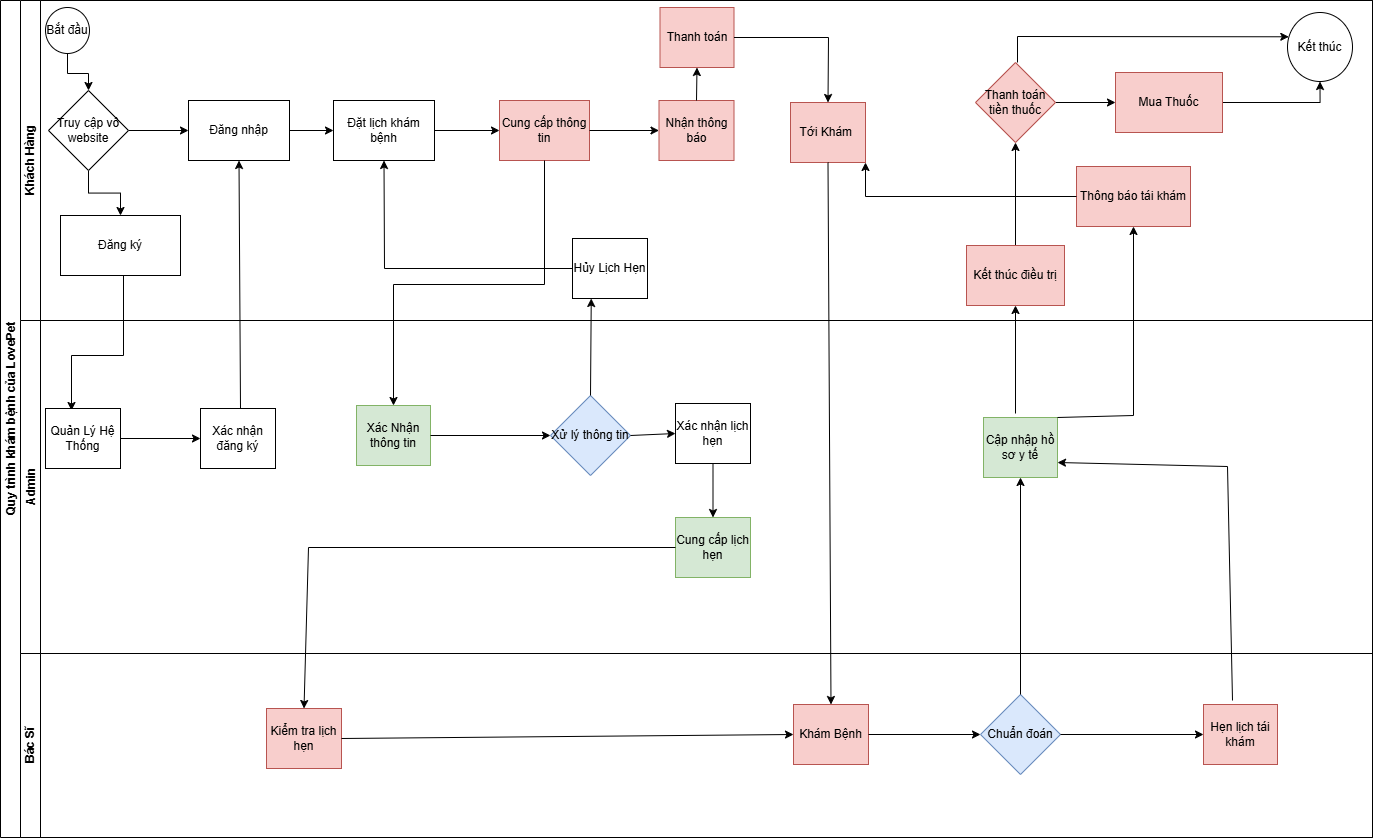
The draw.io diagram QuyTrinhKhamBenh.drawio.png in Junglou/-n, before a commit. Source tidied: cells renumbered, new cells last; positions are measured from the earlier drawing's top-left corner, leaving out a move shared by most shapes.
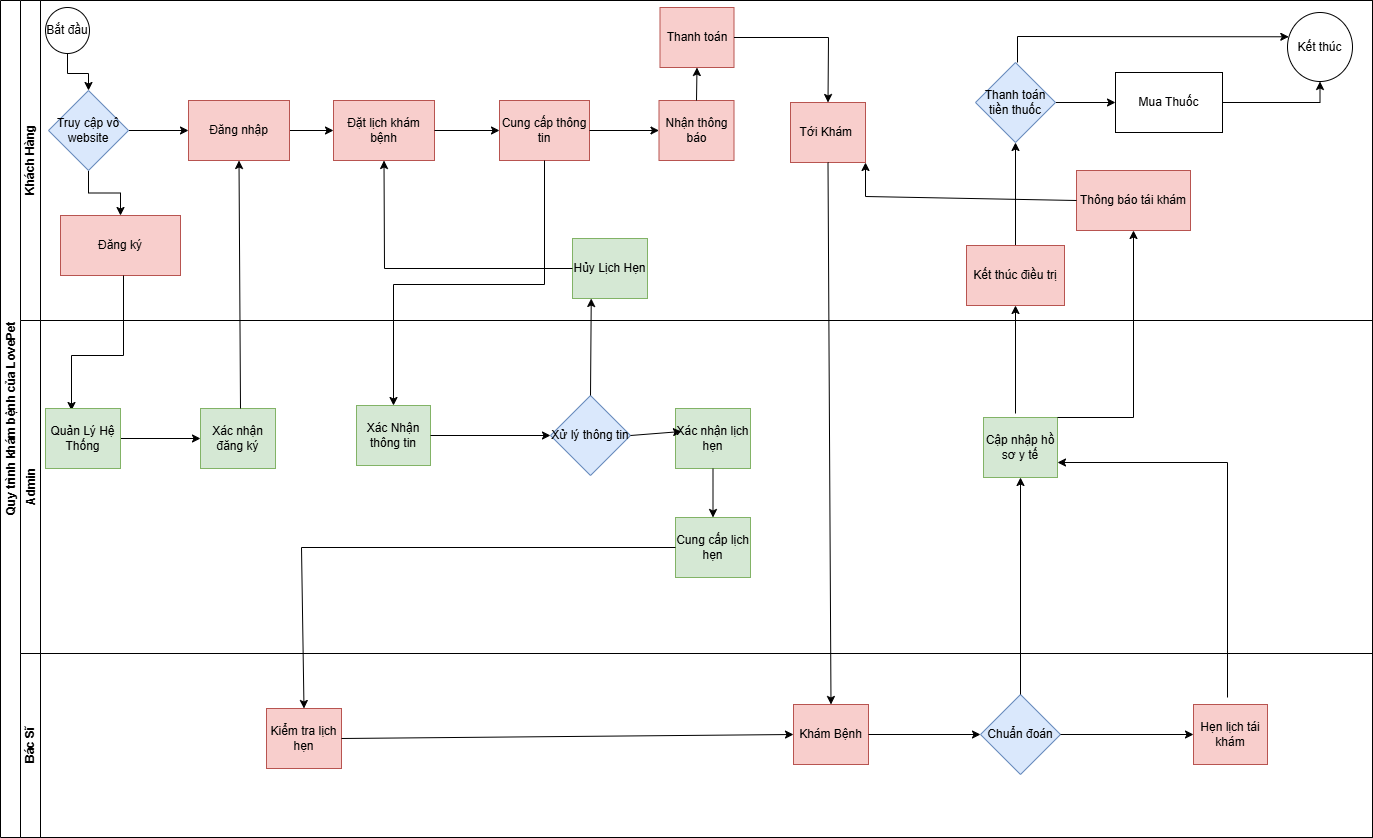
After the change.

Change to the diagram source:
```diff
@@ -35,16 +35,16 @@
     <mxCell id="12" style="edgeStyle=orthogonalEdgeStyle;rounded=0;jettySize=auto;html=1;" parent="3" edge="1" source="13" target="16">
       <mxGeometry relative="1" as="geometry" />
     </mxCell>
-    <mxCell id="13" value="Truy cập vô website" style="rhombus;whiteSpace=wrap;html=1;" parent="3" vertex="1">
+    <mxCell id="13" value="Truy cập vô website" style="rhombus;whiteSpace=wrap;html=1;fillColor=#dae8fc;strokeColor=#6c8ebf;" parent="3" vertex="1">
       <mxGeometry x="28" y="90" width="80" height="80" as="geometry" />
     </mxCell>
     <mxCell id="14" style="edgeStyle=orthogonalEdgeStyle;rounded=0;jettySize=auto;html=1;" parent="3" edge="1" source="15" target="18">
       <mxGeometry relative="1" as="geometry" />
     </mxCell>
-    <mxCell id="15" value="Đăng nhập" style="whiteSpace=wrap;html=1;" parent="3" vertex="1">
+    <mxCell id="15" value="Đăng nhập" style="whiteSpace=wrap;html=1;fillColor=#f8cecc;strokeColor=#b85450;" parent="3" vertex="1">
       <mxGeometry x="168" y="100" width="101" height="60" as="geometry" />
     </mxCell>
-    <mxCell id="16" value="Đăng ký" style="whiteSpace=wrap;html=1;" parent="3" vertex="1">
+    <mxCell id="16" value="Đăng ký" style="whiteSpace=wrap;html=1;fillColor=#f8cecc;strokeColor=#b85450;" parent="3" vertex="1">
       <mxGeometry x="40" y="215" width="120" height="60" as="geometry" />
     </mxCell>
     <mxCell id="17" style="endArrow=classic;html=1;rounded=0;" parent="3" edge="1">
@@ -57,7 +57,7 @@
         </Array>
       </mxGeometry>
     </mxCell>
-    <mxCell id="18" value="Đặt lịch khám bệnh" style="whiteSpace=wrap;html=1;" parent="3" vertex="1">
+    <mxCell id="18" value="Đặt lịch khám bệnh" style="whiteSpace=wrap;html=1;fillColor=#f8cecc;strokeColor=#b85450;" parent="3" vertex="1">
       <mxGeometry x="313" y="100" width="101" height="60" as="geometry" />
     </mxCell>
     <mxCell id="19" style="endArrow=classic;html=1;rounded=0;entryX=0;entryY=0.5;entryDx=0;entryDy=0;exitX=1;exitY=0.5;exitDx=0;exitDy=0;" parent="3" edge="1" source="18" target="6">
@@ -66,7 +66,7 @@
     <mxCell id="20" style="endArrow=classic;html=1;rounded=0;exitX=1;exitY=0.5;exitDx=0;exitDy=0;entryX=0;entryY=0.5;entryDx=0;entryDy=0;" parent="3" edge="1" source="6" target="8">
       <mxGeometry relative="1" as="geometry" />
     </mxCell>
-    <mxCell id="21" value="Hủy Lịch Hẹn" style="whiteSpace=wrap;html=1;" parent="3" vertex="1">
+    <mxCell id="21" value="Hủy Lịch Hẹn" style="whiteSpace=wrap;html=1;fillColor=#d5e8d4;strokeColor=#82b366;" parent="3" vertex="1">
       <mxGeometry x="552" y="238" width="75" height="60" as="geometry" />
     </mxCell>
     <mxCell id="22" style="edgeStyle=orthogonalEdgeStyle;rounded=0;jettySize=auto;html=1;" parent="3" edge="1" source="23" target="25">
@@ -78,13 +78,13 @@
     <mxCell id="24" style="edgeStyle=orthogonalEdgeStyle;rounded=0;jettySize=auto;html=1;" parent="3" edge="1" source="25" target="27">
       <mxGeometry relative="1" as="geometry" />
     </mxCell>
-    <mxCell id="25" value="Thanh toán tiền thuốc" style="rhombus;whiteSpace=wrap;html=1;fillColor=#f8cecc;strokeColor=#b85450;" parent="3" vertex="1">
+    <mxCell id="25" value="Thanh toán tiền thuốc" style="rhombus;whiteSpace=wrap;html=1;fillColor=#dae8fc;strokeColor=#6c8ebf;" parent="3" vertex="1">
       <mxGeometry x="955" y="62" width="80" height="80" as="geometry" />
     </mxCell>
     <mxCell id="26" style="edgeStyle=orthogonalEdgeStyle;rounded=0;jettySize=auto;html=1;entryX=0.5;entryY=1;entryDx=0;entryDy=0;" parent="3" edge="1" source="27" target="9">
       <mxGeometry relative="1" as="geometry" />
     </mxCell>
-    <mxCell id="27" value="Mua Thuốc" style="whiteSpace=wrap;html=1;fillColor=#f8cecc;strokeColor=#b85450;" parent="3" vertex="1">
+    <mxCell id="27" value="Mua Thuốc" style="whiteSpace=wrap;html=1;" parent="3" vertex="1">
       <mxGeometry x="1095" y="72" width="107" height="60" as="geometry" />
     </mxCell>
     <mxCell id="28" style="endArrow=classic;html=1;rounded=0;exitX=0.5;exitY=0;exitDx=0;exitDy=0;entryX=0.02;entryY=0.352;entryDx=0;entryDy=0;entryPerimeter=0;" parent="3" edge="1" target="9">
@@ -96,7 +96,7 @@
       </mxGeometry>
     </mxCell>
     <mxCell id="29" value="Thông báo tái khám" style="whiteSpace=wrap;html=1;fillColor=#f8cecc;strokeColor=#b85450;" parent="3" vertex="1">
-      <mxGeometry x="1056" y="166" width="114" height="60" as="geometry" />
+      <mxGeometry x="1056" y="170" width="114" height="60" as="geometry" />
     </mxCell>
     <mxCell id="30" style="endArrow=classic;html=1;rounded=0;exitX=0.5;exitY=0;exitDx=0;exitDy=0;entryX=0.5;entryY=1;entryDx=0;entryDy=0;" parent="3" edge="1" source="8" target="10">
       <mxGeometry relative="1" as="geometry" />
@@ -128,11 +128,11 @@
     <mxCell id="35" style="edgeStyle=orthogonalEdgeStyle;rounded=0;jettySize=auto;html=1;" parent="34" edge="1" source="36" target="42">
       <mxGeometry relative="1" as="geometry" />
     </mxCell>
-    <mxCell id="36" value="Quản Lý Hệ Thống" style="whiteSpace=wrap;html=1;" parent="34" vertex="1">
+    <mxCell id="36" value="Quản Lý Hệ Thống" style="whiteSpace=wrap;html=1;fillColor=#d5e8d4;strokeColor=#82b366;" parent="34" vertex="1">
       <mxGeometry x="25" y="88" width="75" height="60" as="geometry" />
     </mxCell>
-    <mxCell id="37" value="Xác nhận lịch hẹn" style="whiteSpace=wrap;html=1;" parent="34" vertex="1">
-      <mxGeometry x="655" y="83" width="75" height="60" as="geometry" />
+    <mxCell id="37" value="Xác nhận lịch hẹn" style="whiteSpace=wrap;html=1;fillColor=#d5e8d4;strokeColor=#82b366;" parent="34" vertex="1">
+      <mxGeometry x="655" y="88" width="75" height="60" as="geometry" />
     </mxCell>
     <mxCell id="38" value="Cập nhập hồ sơ y tế" style="whiteSpace=wrap;html=1;fillColor=#d5e8d4;strokeColor=#82b366;" parent="34" vertex="1">
       <mxGeometry x="963" y="97" width="74" height="60" as="geometry" />
@@ -146,7 +146,7 @@
     <mxCell id="41" value="Xử lý thông tin" style="rhombus;whiteSpace=wrap;html=1;fillColor=#dae8fc;strokeColor=#6c8ebf;" parent="34" vertex="1">
       <mxGeometry x="530" y="75" width="80" height="80" as="geometry" />
     </mxCell>
-    <mxCell id="42" value="Xác nhận đăng ký" style="whiteSpace=wrap;html=1;" parent="34" vertex="1">
+    <mxCell id="42" value="Xác nhận đăng ký" style="whiteSpace=wrap;html=1;fillColor=#d5e8d4;strokeColor=#82b366;" parent="34" vertex="1">
       <mxGeometry x="180" y="88" width="75" height="60" as="geometry" />
     </mxCell>
     <mxCell id="43" style="endArrow=classic;html=1;rounded=0;entryX=0.5;entryY=1;entryDx=0;entryDy=0;" parent="34" edge="1" target="15">
@@ -157,8 +157,10 @@
     <mxCell id="44" style="endArrow=classic;html=1;rounded=0;exitX=1;exitY=0.5;exitDx=0;exitDy=0;entryX=0;entryY=0.5;entryDx=0;entryDy=0;" parent="34" edge="1" source="39" target="41">
       <mxGeometry relative="1" as="geometry" />
     </mxCell>
-    <mxCell id="45" style="endArrow=classic;html=1;rounded=0;exitX=1;exitY=0.5;exitDx=0;exitDy=0;entryX=0;entryY=0.5;entryDx=0;entryDy=0;" parent="34" edge="1" source="41" target="37">
-      <mxGeometry relative="1" as="geometry" />
+    <mxCell id="45" style="endArrow=classic;html=1;rounded=0;exitX=1;exitY=0.5;exitDx=0;exitDy=0;" parent="34" edge="1" source="41">
+      <mxGeometry relative="1" as="geometry">
+        <mxPoint x="661" y="111" as="targetPoint" />
+      </mxGeometry>
     </mxCell>
     <mxCell id="46" style="endArrow=classic;html=1;rounded=0;exitX=0.5;exitY=1;exitDx=0;exitDy=0;entryX=0.5;entryY=0;entryDx=0;entryDy=0;" parent="34" edge="1" source="37" target="40">
       <mxGeometry relative="1" as="geometry" />
@@ -184,7 +186,7 @@
       <mxGeometry x="773" y="51" width="75" height="60" as="geometry" />
     </mxCell>
     <mxCell id="52" value="Hẹn lịch tái khám" style="whiteSpace=wrap;html=1;fillColor=#f8cecc;strokeColor=#b85450;" parent="48" vertex="1">
-      <mxGeometry x="1183" y="51" width="74" height="60" as="geometry" />
+      <mxGeometry x="1173" y="51" width="74" height="60" as="geometry" />
     </mxCell>
     <mxCell id="53" style="endArrow=classic;html=1;rounded=0;exitX=1;exitY=0.5;exitDx=0;exitDy=0;entryX=0;entryY=0.5;entryDx=0;entryDy=0;" parent="48" edge="1" source="49" target="51">
       <mxGeometry relative="1" as="geometry" />
@@ -201,7 +203,7 @@
     <mxCell id="57" style="endArrow=classic;html=1;rounded=0;exitX=0;exitY=0.5;exitDx=0;exitDy=0;entryX=0.5;entryY=0;entryDx=0;entryDy=0;" parent="2" edge="1" source="40" target="49">
       <mxGeometry relative="1" as="geometry">
         <Array as="points">
-          <mxPoint x="308" y="547" />
+          <mxPoint x="301" y="547" />
         </Array>
       </mxGeometry>
     </mxCell>
@@ -219,15 +221,15 @@
     <mxCell id="61" style="endArrow=classic;html=1;rounded=0;exitX=1;exitY=0;exitDx=0;exitDy=0;entryX=0.5;entryY=1;entryDx=0;entryDy=0;" parent="2" edge="1" source="38" target="29">
       <mxGeometry relative="1" as="geometry">
         <Array as="points">
-          <mxPoint x="1133" y="415" />
+          <mxPoint x="1133" y="417" />
         </Array>
       </mxGeometry>
     </mxCell>
     <mxCell id="62" style="endArrow=classic;html=1;rounded=0;entryX=1;entryY=0.75;entryDx=0;entryDy=0;" parent="1" edge="1" target="38">
       <mxGeometry relative="1" as="geometry">
-        <mxPoint x="1232" y="700" as="sourcePoint" />
+        <mxPoint x="1227" y="697" as="sourcePoint" />
         <Array as="points">
-          <mxPoint x="1227" y="466" />
+          <mxPoint x="1227" y="462" />
         </Array>
       </mxGeometry>
     </mxCell>
```
